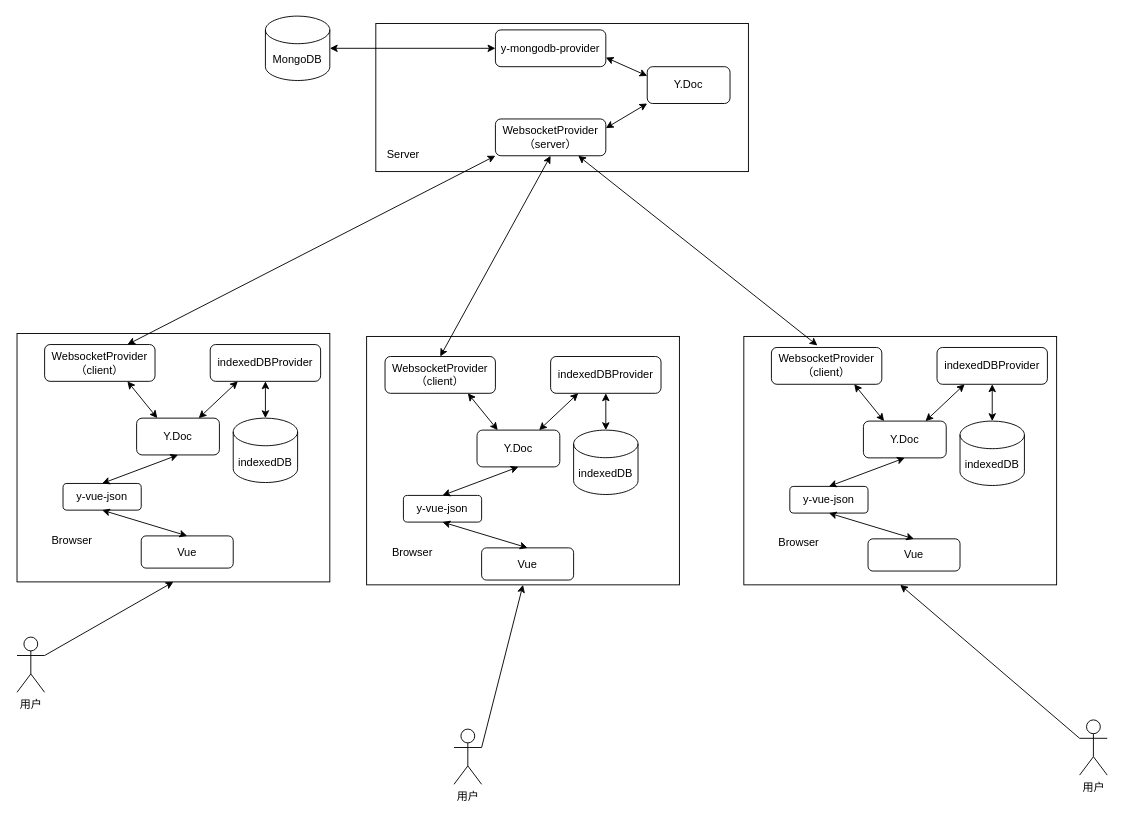
Earlier version of the draw.io diagram 第四章/协同编辑概要设计.drawio (yuxinyu12345/diagrams). Source tidied: cells renumbered, new cells numbered last; positions are measured from the earlier drawing's top-left corner, leaving out a move shared by most shapes. Both pictures are drawn from the tidied source at 92%, with x=0, y=0 at pixel (17, 16).
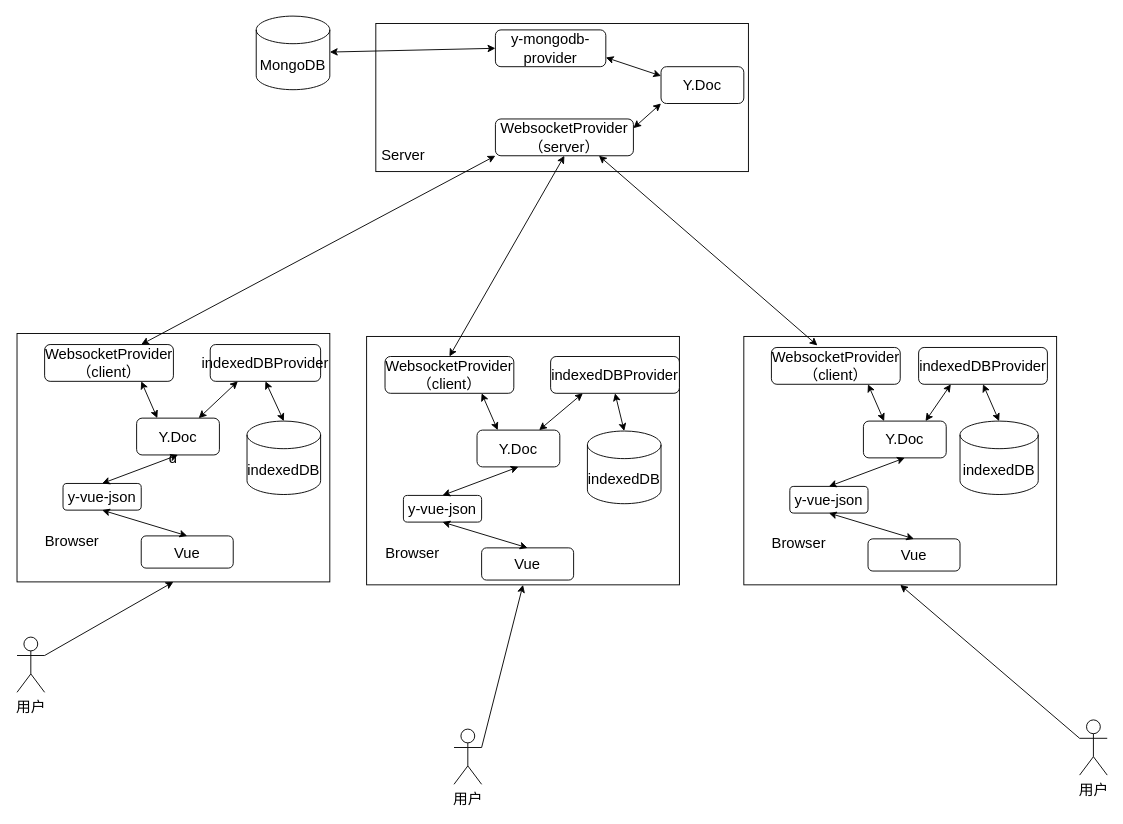
The same page after the edit.

Commit message:
更新协同编辑概要设计.drawio

Diff of the diagram source:
```diff
@@
-    <mxCell id="2" style="rounded=0;whiteSpace=wrap;html=1;" parent="1" vertex="1">
+    <mxCell id="2" value="d" style="rounded=0;whiteSpace=wrap;html=1;fontSize=16;" parent="1" vertex="1">
       <mxGeometry y="345" width="340" height="270" as="geometry" />
     </mxCell>
-    <mxCell id="3" value="Browser" style="text;html=1;strokeColor=none;fillColor=none;align=center;verticalAlign=middle;whiteSpace=wrap;rounded=0;" parent="1" vertex="1">
+    <mxCell id="3" value="Browser" style="text;html=1;strokeColor=none;fillColor=none;align=center;verticalAlign=middle;whiteSpace=wrap;rounded=0;fontSize=16;" parent="1" vertex="1">
       <mxGeometry x="30" y="555" width="60" height="30" as="geometry" />
     </mxCell>
-    <mxCell id="4" value="用户" style="shape=umlActor;verticalLabelPosition=bottom;verticalAlign=top;html=1;outlineConnect=0;" parent="1" vertex="1">
+    <mxCell id="4" value="用户" style="shape=umlActor;verticalLabelPosition=bottom;verticalAlign=top;html=1;outlineConnect=0;fontSize=16;" parent="1" vertex="1">
       <mxGeometry y="675" width="30" height="60" as="geometry" />
     </mxCell>
-    <mxCell id="5" style="endArrow=classic;html=1;rounded=0;exitX=1;exitY=0.3333333333333333;exitDx=0;exitDy=0;exitPerimeter=0;entryX=0.5;entryY=1;entryDx=0;entryDy=0;" parent="1" edge="1" source="4" target="2">
+    <mxCell id="5" style="endArrow=classic;html=1;rounded=0;exitX=1;exitY=0.3333333333333333;exitDx=0;exitDy=0;exitPerimeter=0;entryX=0.5;entryY=1;entryDx=0;entryDy=0;fontSize=16;" parent="1" edge="1" source="4" target="2">
       <mxGeometry relative="1" as="geometry" />
     </mxCell>
-    <mxCell id="6" value="WebsocketProvider&lt;br&gt;（client）" style="rounded=1;whiteSpace=wrap;html=1;" parent="1" vertex="1">
-      <mxGeometry x="30" y="357" width="120" height="40" as="geometry" />
+    <mxCell id="6" value="WebsocketProvider&lt;br style=&quot;font-size: 16px;&quot;&gt;（client）" style="rounded=1;whiteSpace=wrap;html=1;fontSize=16;" parent="1" vertex="1">
+      <mxGeometry x="30" y="357" width="140" height="40" as="geometry" />
     </mxCell>
-    <mxCell id="7" value="Y.Doc" style="rounded=1;whiteSpace=wrap;html=1;" parent="1" vertex="1">
+    <mxCell id="7" value="Y.Doc" style="rounded=1;whiteSpace=wrap;html=1;fontSize=16;" parent="1" vertex="1">
       <mxGeometry x="130" y="437" width="90" height="40" as="geometry" />
     </mxCell>
-    <mxCell id="8" value="indexedDBProvider" style="rounded=1;whiteSpace=wrap;html=1;" parent="1" vertex="1">
+    <mxCell id="8" value="indexedDBProvider" style="rounded=1;whiteSpace=wrap;html=1;fontSize=16;" parent="1" vertex="1">
       <mxGeometry x="210" y="357" width="120" height="40" as="geometry" />
     </mxCell>
-    <mxCell id="9" value="indexedDB" style="shape=cylinder3;whiteSpace=wrap;html=1;boundedLbl=1;backgroundOutline=1;size=15;" parent="1" vertex="1">
-      <mxGeometry x="235" y="437" width="70" height="70" as="geometry" />
+    <mxCell id="9" value="indexedDB" style="shape=cylinder3;whiteSpace=wrap;html=1;boundedLbl=1;backgroundOutline=1;size=15;fontSize=16;" parent="1" vertex="1">
+      <mxGeometry x="250" y="440.2" width="80" height="79.8" as="geometry" />
     </mxCell>
-    <mxCell id="10" style="endArrow=classic;startArrow=classic;html=1;rounded=0;exitX=0.5;exitY=0;exitDx=0;exitDy=0;exitPerimeter=0;entryX=0.5;entryY=1;entryDx=0;entryDy=0;" parent="1" edge="1" source="9" target="8">
+    <mxCell id="10" style="endArrow=classic;startArrow=classic;html=1;rounded=0;exitX=0.5;exitY=0;exitDx=0;exitDy=0;exitPerimeter=0;entryX=0.5;entryY=1;entryDx=0;entryDy=0;fontSize=16;" parent="1" edge="1" source="9" target="8">
       <mxGeometry relative="1" as="geometry" />
     </mxCell>
-    <mxCell id="11" style="endArrow=classic;startArrow=classic;html=1;rounded=0;exitX=0.25;exitY=0;exitDx=0;exitDy=0;entryX=0.75;entryY=1;entryDx=0;entryDy=0;" parent="1" edge="1" source="7" target="6">
+    <mxCell id="11" style="endArrow=classic;startArrow=classic;html=1;rounded=0;exitX=0.25;exitY=0;exitDx=0;exitDy=0;entryX=0.75;entryY=1;entryDx=0;entryDy=0;fontSize=16;" parent="1" edge="1" source="7" target="6">
       <mxGeometry relative="1" as="geometry" />
     </mxCell>
-    <mxCell id="12" style="endArrow=classic;startArrow=classic;html=1;rounded=0;exitX=0.75;exitY=0;exitDx=0;exitDy=0;entryX=0.25;entryY=1;entryDx=0;entryDy=0;" parent="1" edge="1" source="7" target="8">
+    <mxCell id="12" style="endArrow=classic;startArrow=classic;html=1;rounded=0;exitX=0.75;exitY=0;exitDx=0;exitDy=0;entryX=0.25;entryY=1;entryDx=0;entryDy=0;fontSize=16;" parent="1" edge="1" source="7" target="8">
       <mxGeometry relative="1" as="geometry" />
     </mxCell>
-    <mxCell id="13" style="rounded=0;whiteSpace=wrap;html=1;" parent="1" vertex="1">
+    <mxCell id="13" style="rounded=0;whiteSpace=wrap;html=1;fontSize=16;" parent="1" vertex="1">
       <mxGeometry x="390" y="8" width="405" height="161" as="geometry" />
     </mxCell>
-    <mxCell id="14" value="Server" style="text;html=1;strokeColor=none;fillColor=none;align=center;verticalAlign=middle;whiteSpace=wrap;rounded=0;" parent="1" vertex="1">
+    <mxCell id="14" value="Server" style="text;html=1;strokeColor=none;fillColor=none;align=center;verticalAlign=middle;whiteSpace=wrap;rounded=0;fontSize=16;" parent="1" vertex="1">
       <mxGeometry x="390" y="136.2" width="60" height="30" as="geometry" />
     </mxCell>
-    <mxCell id="15" value="WebsocketProvider&lt;br style=&quot;border-color: var(--border-color);&quot;&gt;（server）" style="rounded=1;whiteSpace=wrap;html=1;" parent="1" vertex="1">
-      <mxGeometry x="520" y="111.8" width="120" height="40" as="geometry" />
+    <mxCell id="15" value="WebsocketProvider&lt;br style=&quot;border-color: var(--border-color); font-size: 16px;&quot;&gt;（server）" style="rounded=1;whiteSpace=wrap;html=1;fontSize=16;" parent="1" vertex="1">
+      <mxGeometry x="520" y="111.8" width="150" height="40" as="geometry" />
     </mxCell>
-    <mxCell id="16" value="Y.Doc" style="rounded=1;whiteSpace=wrap;html=1;" parent="1" vertex="1">
-      <mxGeometry x="685" y="55" width="90" height="40" as="geometry" />
+    <mxCell id="16" value="Y.Doc" style="rounded=1;whiteSpace=wrap;html=1;fontSize=16;" parent="1" vertex="1">
+      <mxGeometry x="700" y="55" width="90" height="40" as="geometry" />
     </mxCell>
-    <mxCell id="17" value="y-mongodb-provider" style="rounded=1;whiteSpace=wrap;html=1;" parent="1" vertex="1">
+    <mxCell id="17" value="y-mongodb-provider" style="rounded=1;whiteSpace=wrap;html=1;fontSize=16;" parent="1" vertex="1">
       <mxGeometry x="520" y="15" width="120" height="40" as="geometry" />
     </mxCell>
-    <mxCell id="18" style="endArrow=classic;startArrow=classic;html=1;rounded=0;exitX=0.75;exitY=0;exitDx=0;exitDy=0;entryX=0;entryY=1;entryDx=0;entryDy=0;" parent="1" edge="1" source="6" target="15">
+    <mxCell id="18" style="endArrow=classic;startArrow=classic;html=1;rounded=0;exitX=0.75;exitY=0;exitDx=0;exitDy=0;entryX=0;entryY=1;entryDx=0;entryDy=0;fontSize=16;" parent="1" edge="1" source="6" target="15">
       <mxGeometry relative="1" as="geometry" />
     </mxCell>
-    <mxCell id="19" style="endArrow=classic;startArrow=classic;html=1;rounded=0;exitX=1;exitY=0.25;exitDx=0;exitDy=0;entryX=0;entryY=1;entryDx=0;entryDy=0;" parent="1" edge="1" source="15" target="16">
+    <mxCell id="19" style="endArrow=classic;startArrow=classic;html=1;rounded=0;exitX=1;exitY=0.25;exitDx=0;exitDy=0;entryX=0;entryY=1;entryDx=0;entryDy=0;fontSize=16;" parent="1" edge="1" source="15" target="16">
       <mxGeometry relative="1" as="geometry" />
     </mxCell>
-    <mxCell id="20" style="endArrow=classic;startArrow=classic;html=1;rounded=0;exitX=1;exitY=0.75;exitDx=0;exitDy=0;entryX=0;entryY=0.25;entryDx=0;entryDy=0;" parent="1" edge="1" source="17" target="16">
+    <mxCell id="20" style="endArrow=classic;startArrow=classic;html=1;rounded=0;exitX=1;exitY=0.75;exitDx=0;exitDy=0;entryX=0;entryY=0.25;entryDx=0;entryDy=0;fontSize=16;" parent="1" edge="1" source="17" target="16">
       <mxGeometry relative="1" as="geometry" />
     </mxCell>
-    <mxCell id="21" style="rounded=0;whiteSpace=wrap;html=1;" parent="1" vertex="1">
+    <mxCell id="21" style="rounded=0;whiteSpace=wrap;html=1;fontSize=16;" parent="1" vertex="1">
       <mxGeometry x="380" y="348.2" width="340" height="270" as="geometry" />
     </mxCell>
-    <mxCell id="22" style="endArrow=classic;startArrow=classic;html=1;rounded=0;exitX=0.5;exitY=0;exitDx=0;exitDy=0;entryX=0.5;entryY=1;entryDx=0;entryDy=0;" parent="1" edge="1" source="32" target="15">
+    <mxCell id="22" style="endArrow=classic;startArrow=classic;html=1;rounded=0;exitX=0.5;exitY=0;exitDx=0;exitDy=0;entryX=0.5;entryY=1;entryDx=0;entryDy=0;fontSize=16;" parent="1" edge="1" source="32" target="15">
       <mxGeometry relative="1" as="geometry" />
     </mxCell>
-    <mxCell id="23" value="MongoDB" style="shape=cylinder3;whiteSpace=wrap;html=1;boundedLbl=1;backgroundOutline=1;size=15;" parent="1" vertex="1">
-      <mxGeometry x="270" width="70" height="70" as="geometry" />
+    <mxCell id="23" value="MongoDB" style="shape=cylinder3;whiteSpace=wrap;html=1;boundedLbl=1;backgroundOutline=1;size=15;fontSize=16;" parent="1" vertex="1">
+      <mxGeometry x="260" width="80" height="80" as="geometry" />
     </mxCell>
-    <mxCell id="24" style="endArrow=classic;startArrow=classic;html=1;rounded=0;entryX=0;entryY=0.5;entryDx=0;entryDy=0;" parent="1" edge="1" source="23" target="17">
+    <mxCell id="24" style="endArrow=classic;startArrow=classic;html=1;rounded=0;entryX=0;entryY=0.5;entryDx=0;entryDy=0;fontSize=16;" parent="1" edge="1" source="23" target="17">
       <mxGeometry relative="1" as="geometry" />
     </mxCell>
-    <mxCell id="25" value="Vue" style="rounded=1;whiteSpace=wrap;html=1;" parent="1" vertex="1">
+    <mxCell id="25" value="Vue" style="rounded=1;whiteSpace=wrap;html=1;fontSize=16;" parent="1" vertex="1">
       <mxGeometry x="135" y="565" width="100" height="35" as="geometry" />
     </mxCell>
-    <mxCell id="26" value="y-vue-json" style="rounded=1;whiteSpace=wrap;html=1;" parent="1" vertex="1">
+    <mxCell id="26" value="y-vue-json" style="rounded=1;whiteSpace=wrap;html=1;fontSize=16;" parent="1" vertex="1">
       <mxGeometry x="50" y="508" width="85" height="29" as="geometry" />
     </mxCell>
-    <mxCell id="27" style="endArrow=classic;startArrow=classic;html=1;rounded=0;exitX=0.5;exitY=0;exitDx=0;exitDy=0;entryX=0.5;entryY=1;entryDx=0;entryDy=0;" parent="1" edge="1" source="26" target="7">
+    <mxCell id="27" style="endArrow=classic;startArrow=classic;html=1;rounded=0;exitX=0.5;exitY=0;exitDx=0;exitDy=0;entryX=0.5;entryY=1;entryDx=0;entryDy=0;fontSize=16;" parent="1" edge="1" source="26" target="7">
       <mxGeometry relative="1" as="geometry" />
     </mxCell>
-    <mxCell id="28" style="endArrow=classic;startArrow=classic;html=1;rounded=0;exitX=0.5;exitY=1;exitDx=0;exitDy=0;entryX=0.5;entryY=0;entryDx=0;entryDy=0;" parent="1" edge="1" source="26" target="25">
+    <mxCell id="28" style="endArrow=classic;startArrow=classic;html=1;rounded=0;exitX=0.5;exitY=1;exitDx=0;exitDy=0;entryX=0.5;entryY=0;entryDx=0;entryDy=0;fontSize=16;" parent="1" edge="1" source="26" target="25">
       <mxGeometry relative="1" as="geometry" />
     </mxCell>
-    <mxCell id="29" value="Browser" style="text;html=1;strokeColor=none;fillColor=none;align=center;verticalAlign=middle;whiteSpace=wrap;rounded=0;" parent="1" vertex="1">
+    <mxCell id="29" value="Browser" style="text;html=1;strokeColor=none;fillColor=none;align=center;verticalAlign=middle;whiteSpace=wrap;rounded=0;fontSize=16;" parent="1" vertex="1">
       <mxGeometry x="400" y="568" width="60" height="30" as="geometry" />
     </mxCell>
-    <mxCell id="30" value="用户" style="shape=umlActor;verticalLabelPosition=bottom;verticalAlign=top;html=1;outlineConnect=0;" parent="1" vertex="1">
+    <mxCell id="30" value="用户" style="shape=umlActor;verticalLabelPosition=bottom;verticalAlign=top;html=1;outlineConnect=0;fontSize=16;" parent="1" vertex="1">
       <mxGeometry x="475" y="775" width="30" height="60" as="geometry" />
     </mxCell>
-    <mxCell id="31" style="endArrow=classic;html=1;rounded=0;exitX=1;exitY=0.3333333333333333;exitDx=0;exitDy=0;exitPerimeter=0;entryX=0.5;entryY=1;entryDx=0;entryDy=0;" parent="1" edge="1" source="30" target="21">
+    <mxCell id="31" style="endArrow=classic;html=1;rounded=0;exitX=1;exitY=0.3333333333333333;exitDx=0;exitDy=0;exitPerimeter=0;entryX=0.5;entryY=1;entryDx=0;entryDy=0;fontSize=16;" parent="1" edge="1" source="30" target="21">
       <mxGeometry relative="1" as="geometry" />
     </mxCell>
-    <mxCell id="32" value="WebsocketProvider&lt;br&gt;（client）" style="rounded=1;whiteSpace=wrap;html=1;" parent="1" vertex="1">
-      <mxGeometry x="400" y="370" width="120" height="40" as="geometry" />
+    <mxCell id="32" value="WebsocketProvider&lt;br style=&quot;font-size: 16px;&quot;&gt;（client）" style="rounded=1;whiteSpace=wrap;html=1;fontSize=16;" parent="1" vertex="1">
+      <mxGeometry x="400" y="370" width="140" height="40" as="geometry" />
     </mxCell>
-    <mxCell id="33" value="Y.Doc" style="rounded=1;whiteSpace=wrap;html=1;" parent="1" vertex="1">
+    <mxCell id="33" value="Y.Doc" style="rounded=1;whiteSpace=wrap;html=1;fontSize=16;" parent="1" vertex="1">
       <mxGeometry x="500" y="450" width="90" height="40" as="geometry" />
     </mxCell>
-    <mxCell id="34" style="rounded=0;whiteSpace=wrap;html=1;" parent="1" vertex="1">
+    <mxCell id="34" style="rounded=0;whiteSpace=wrap;html=1;fontSize=16;" parent="1" vertex="1">
       <mxGeometry x="790" y="348.2" width="340" height="270" as="geometry" />
     </mxCell>
-    <mxCell id="35" value="indexedDBProvider" style="rounded=1;whiteSpace=wrap;html=1;" parent="1" vertex="1">
-      <mxGeometry x="580" y="370" width="120" height="40" as="geometry" />
+    <mxCell id="35" value="indexedDBProvider" style="rounded=1;whiteSpace=wrap;html=1;fontSize=16;" parent="1" vertex="1">
+      <mxGeometry x="580" y="370" width="140" height="40" as="geometry" />
     </mxCell>
-    <mxCell id="36" value="indexedDB" style="shape=cylinder3;whiteSpace=wrap;html=1;boundedLbl=1;backgroundOutline=1;size=15;" parent="1" vertex="1">
-      <mxGeometry x="605" y="450" width="70" height="70" as="geometry" />
+    <mxCell id="36" value="indexedDB" style="shape=cylinder3;whiteSpace=wrap;html=1;boundedLbl=1;backgroundOutline=1;size=15;fontSize=16;" parent="1" vertex="1">
+      <mxGeometry x="620" y="451" width="80" height="79" as="geometry" />
     </mxCell>
-    <mxCell id="37" style="endArrow=classic;startArrow=classic;html=1;rounded=0;exitX=0.5;exitY=0;exitDx=0;exitDy=0;entryX=0.75;entryY=1;entryDx=0;entryDy=0;" parent="1" edge="1" target="15">
+    <mxCell id="37" style="endArrow=classic;startArrow=classic;html=1;rounded=0;exitX=0.5;exitY=0;exitDx=0;exitDy=0;entryX=0.75;entryY=1;entryDx=0;entryDy=0;fontSize=16;" parent="1" edge="1" target="15">
       <mxGeometry relative="1" as="geometry">
         <mxPoint x="870" y="358" as="sourcePoint" />
       </mxGeometry>
     </mxCell>
-    <mxCell id="38" style="endArrow=classic;startArrow=classic;html=1;rounded=0;exitX=0.5;exitY=0;exitDx=0;exitDy=0;exitPerimeter=0;entryX=0.5;entryY=1;entryDx=0;entryDy=0;" parent="1" edge="1" source="36" target="35">
+    <mxCell id="38" style="endArrow=classic;startArrow=classic;html=1;rounded=0;exitX=0.5;exitY=0;exitDx=0;exitDy=0;exitPerimeter=0;entryX=0.5;entryY=1;entryDx=0;entryDy=0;fontSize=16;" parent="1" edge="1" source="36" target="35">
       <mxGeometry relative="1" as="geometry" />
     </mxCell>
-    <mxCell id="39" style="endArrow=classic;startArrow=classic;html=1;rounded=0;exitX=0.25;exitY=0;exitDx=0;exitDy=0;entryX=0.75;entryY=1;entryDx=0;entryDy=0;" parent="1" edge="1" source="33" target="32">
+    <mxCell id="39" style="endArrow=classic;startArrow=classic;html=1;rounded=0;exitX=0.25;exitY=0;exitDx=0;exitDy=0;entryX=0.75;entryY=1;entryDx=0;entryDy=0;fontSize=16;" parent="1" edge="1" source="33" target="32">
       <mxGeometry relative="1" as="geometry" />
     </mxCell>
-    <mxCell id="40" style="endArrow=classic;startArrow=classic;html=1;rounded=0;exitX=0.75;exitY=0;exitDx=0;exitDy=0;entryX=0.25;entryY=1;entryDx=0;entryDy=0;" parent="1" edge="1" source="33" target="35">
+    <mxCell id="40" style="endArrow=classic;startArrow=classic;html=1;rounded=0;exitX=0.75;exitY=0;exitDx=0;exitDy=0;entryX=0.25;entryY=1;entryDx=0;entryDy=0;fontSize=16;" parent="1" edge="1" source="33" target="35">
       <mxGeometry relative="1" as="geometry" />
     </mxCell>
-    <mxCell id="41" value="Vue" style="rounded=1;whiteSpace=wrap;html=1;" parent="1" vertex="1">
+    <mxCell id="41" value="Vue" style="rounded=1;whiteSpace=wrap;html=1;fontSize=16;" parent="1" vertex="1">
       <mxGeometry x="505" y="578" width="100" height="35" as="geometry" />
     </mxCell>
-    <mxCell id="42" value="y-vue-json" style="rounded=1;whiteSpace=wrap;html=1;" parent="1" vertex="1">
+    <mxCell id="42" value="y-vue-json" style="rounded=1;whiteSpace=wrap;html=1;fontSize=16;" parent="1" vertex="1">
       <mxGeometry x="420" y="521" width="85" height="29" as="geometry" />
     </mxCell>
-    <mxCell id="43" style="endArrow=classic;startArrow=classic;html=1;rounded=0;exitX=0.5;exitY=0;exitDx=0;exitDy=0;entryX=0.5;entryY=1;entryDx=0;entryDy=0;" parent="1" edge="1" source="42" target="33">
+    <mxCell id="43" style="endArrow=classic;startArrow=classic;html=1;rounded=0;exitX=0.5;exitY=0;exitDx=0;exitDy=0;entryX=0.5;entryY=1;entryDx=0;entryDy=0;fontSize=16;" parent="1" edge="1" source="42" target="33">
       <mxGeometry relative="1" as="geometry" />
     </mxCell>
-    <mxCell id="44" style="endArrow=classic;startArrow=classic;html=1;rounded=0;exitX=0.5;exitY=1;exitDx=0;exitDy=0;entryX=0.5;entryY=0;entryDx=0;entryDy=0;" parent="1" edge="1" source="42" target="41">
+    <mxCell id="44" style="endArrow=classic;startArrow=classic;html=1;rounded=0;exitX=0.5;exitY=1;exitDx=0;exitDy=0;entryX=0.5;entryY=0;entryDx=0;entryDy=0;fontSize=16;" parent="1" edge="1" source="42" target="41">
       <mxGeometry relative="1" as="geometry" />
     </mxCell>
-    <mxCell id="45" value="Browser" style="text;html=1;strokeColor=none;fillColor=none;align=center;verticalAlign=middle;whiteSpace=wrap;rounded=0;" parent="1" vertex="1">
+    <mxCell id="45" value="Browser" style="text;html=1;strokeColor=none;fillColor=none;align=center;verticalAlign=middle;whiteSpace=wrap;rounded=0;fontSize=16;" parent="1" vertex="1">
       <mxGeometry x="820" y="558.2" width="60" height="30" as="geometry" />
     </mxCell>
-    <mxCell id="46" value="用户" style="shape=umlActor;verticalLabelPosition=bottom;verticalAlign=top;html=1;outlineConnect=0;" parent="1" vertex="1">
+    <mxCell id="46" value="用户" style="shape=umlActor;verticalLabelPosition=bottom;verticalAlign=top;html=1;outlineConnect=0;fontSize=16;" parent="1" vertex="1">
       <mxGeometry x="1155" y="765" width="30" height="60" as="geometry" />
     </mxCell>
-    <mxCell id="47" style="endArrow=classic;html=1;rounded=0;exitX=0;exitY=0.3333333333333333;exitDx=0;exitDy=0;exitPerimeter=0;entryX=0.5;entryY=1;entryDx=0;entryDy=0;" parent="1" edge="1" source="46" target="34">
+    <mxCell id="47" style="endArrow=classic;html=1;rounded=0;exitX=0;exitY=0.3333333333333333;exitDx=0;exitDy=0;exitPerimeter=0;entryX=0.5;entryY=1;entryDx=0;entryDy=0;fontSize=16;" parent="1" edge="1" source="46" target="34">
       <mxGeometry relative="1" as="geometry" />
     </mxCell>
-    <mxCell id="48" value="WebsocketProvider&lt;br&gt;（client）" style="rounded=1;whiteSpace=wrap;html=1;" parent="1" vertex="1">
-      <mxGeometry x="820" y="360.2" width="120" height="40" as="geometry" />
+    <mxCell id="48" value="WebsocketProvider&lt;br style=&quot;font-size: 16px;&quot;&gt;（client）" style="rounded=1;whiteSpace=wrap;html=1;fontSize=16;" parent="1" vertex="1">
+      <mxGeometry x="820" y="360.2" width="140" height="40" as="geometry" />
     </mxCell>
-    <mxCell id="49" value="Y.Doc" style="rounded=1;whiteSpace=wrap;html=1;" parent="1" vertex="1">
+    <mxCell id="49" value="Y.Doc" style="rounded=1;whiteSpace=wrap;html=1;fontSize=16;" parent="1" vertex="1">
       <mxGeometry x="920" y="440.2" width="90" height="40" as="geometry" />
     </mxCell>
-    <mxCell id="50" value="indexedDBProvider" style="rounded=1;whiteSpace=wrap;html=1;" parent="1" vertex="1">
-      <mxGeometry x="1000" y="360.2" width="120" height="40" as="geometry" />
+    <mxCell id="50" value="indexedDBProvider" style="rounded=1;whiteSpace=wrap;html=1;fontSize=16;" parent="1" vertex="1">
+      <mxGeometry x="980" y="360.2" width="140" height="40" as="geometry" />
     </mxCell>
-    <mxCell id="51" value="indexedDB" style="shape=cylinder3;whiteSpace=wrap;html=1;boundedLbl=1;backgroundOutline=1;size=15;" parent="1" vertex="1">
-      <mxGeometry x="1025" y="440.2" width="70" height="70" as="geometry" />
+    <mxCell id="51" value="indexedDB" style="shape=cylinder3;whiteSpace=wrap;html=1;boundedLbl=1;backgroundOutline=1;size=15;fontSize=16;" parent="1" vertex="1">
+      <mxGeometry x="1025" y="440.2" width="85" height="79.8" as="geometry" />
     </mxCell>
-    <mxCell id="52" style="endArrow=classic;startArrow=classic;html=1;rounded=0;exitX=0.5;exitY=0;exitDx=0;exitDy=0;exitPerimeter=0;entryX=0.5;entryY=1;entryDx=0;entryDy=0;" parent="1" edge="1" source="51" target="50">
+    <mxCell id="52" style="endArrow=classic;startArrow=classic;html=1;rounded=0;exitX=0.5;exitY=0;exitDx=0;exitDy=0;exitPerimeter=0;entryX=0.5;entryY=1;entryDx=0;entryDy=0;fontSize=16;" parent="1" edge="1" source="51" target="50">
       <mxGeometry relative="1" as="geometry" />
     </mxCell>
-    <mxCell id="53" style="endArrow=classic;startArrow=classic;html=1;rounded=0;exitX=0.25;exitY=0;exitDx=0;exitDy=0;entryX=0.75;entryY=1;entryDx=0;entryDy=0;" parent="1" edge="1" source="49" target="48">
+    <mxCell id="53" style="endArrow=classic;startArrow=classic;html=1;rounded=0;exitX=0.25;exitY=0;exitDx=0;exitDy=0;entryX=0.75;entryY=1;entryDx=0;entryDy=0;fontSize=16;" parent="1" edge="1" source="49" target="48">
       <mxGeometry relative="1" as="geometry" />
     </mxCell>
-    <mxCell id="54" style="endArrow=classic;startArrow=classic;html=1;rounded=0;exitX=0.75;exitY=0;exitDx=0;exitDy=0;entryX=0.25;entryY=1;entryDx=0;entryDy=0;" parent="1" edge="1" source="49" target="50">
+    <mxCell id="54" style="endArrow=classic;startArrow=classic;html=1;rounded=0;exitX=0.75;exitY=0;exitDx=0;exitDy=0;entryX=0.25;entryY=1;entryDx=0;entryDy=0;fontSize=16;" parent="1" edge="1" source="49" target="50">
       <mxGeometry relative="1" as="geometry" />
     </mxCell>
-    <mxCell id="55" value="Vue" style="rounded=1;whiteSpace=wrap;html=1;" parent="1" vertex="1">
+    <mxCell id="55" value="Vue" style="rounded=1;whiteSpace=wrap;html=1;fontSize=16;" parent="1" vertex="1">
       <mxGeometry x="925" y="568.2" width="100" height="35" as="geometry" />
     </mxCell>
-    <mxCell id="56" value="y-vue-json" style="rounded=1;whiteSpace=wrap;html=1;" parent="1" vertex="1">
+    <mxCell id="56" value="y-vue-json" style="rounded=1;whiteSpace=wrap;html=1;fontSize=16;" parent="1" vertex="1">
       <mxGeometry x="840" y="511.2" width="85" height="29" as="geometry" />
     </mxCell>
-    <mxCell id="57" style="endArrow=classic;startArrow=classic;html=1;rounded=0;exitX=0.5;exitY=0;exitDx=0;exitDy=0;entryX=0.5;entryY=1;entryDx=0;entryDy=0;" parent="1" edge="1" source="56" target="49">
+    <mxCell id="57" style="endArrow=classic;startArrow=classic;html=1;rounded=0;exitX=0.5;exitY=0;exitDx=0;exitDy=0;entryX=0.5;entryY=1;entryDx=0;entryDy=0;fontSize=16;" parent="1" edge="1" source="56" target="49">
       <mxGeometry relative="1" as="geometry" />
     </mxCell>
-    <mxCell id="58" style="endArrow=classic;startArrow=classic;html=1;rounded=0;exitX=0.5;exitY=1;exitDx=0;exitDy=0;entryX=0.5;entryY=0;entryDx=0;entryDy=0;" parent="1" edge="1" source="56" target="55">
+    <mxCell id="58" style="endArrow=classic;startArrow=classic;html=1;rounded=0;exitX=0.5;exitY=1;exitDx=0;exitDy=0;entryX=0.5;entryY=0;entryDx=0;entryDy=0;fontSize=16;" parent="1" edge="1" source="56" target="55">
       <mxGeometry relative="1" as="geometry" />
     </mxCell>
```
